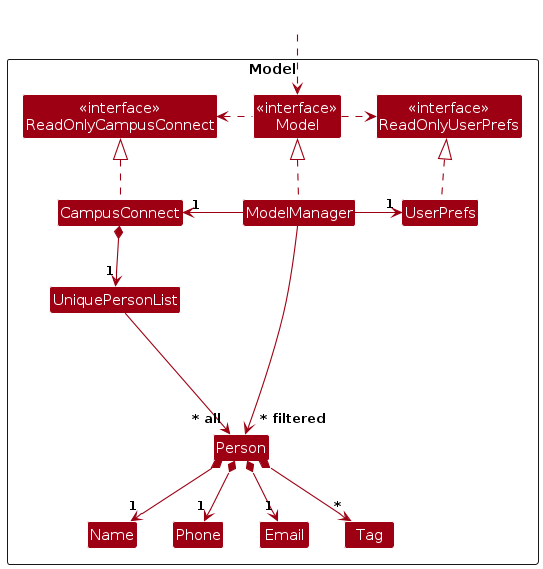
Above: diagrams/ModelClassDiagram.png in AY2425S1-CS2103T-F14a-4/tp (PlantUML), before the change. Its source is kept beside it as diagrams/ModelClassDiagram.puml.
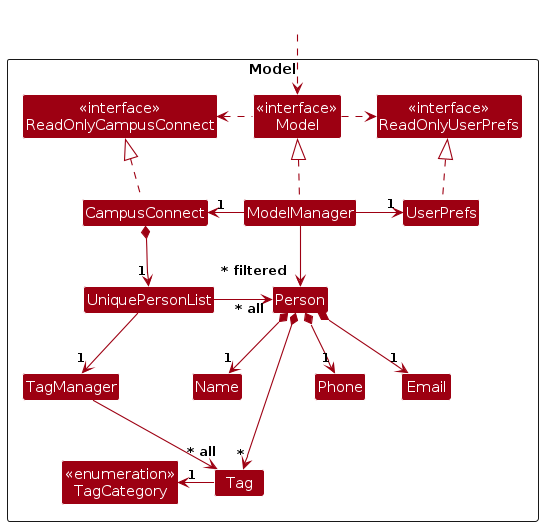
Later version of the same file.

Change to the diagram source:
```diff
@@ -18,6 +18,8 @@
 Class Name
 Class Phone
 Class Tag
+Class TagManager
+Class "<<enumeration>>\nTagCategory" as TagCategory
 
 Class I #FFFFFF
 }
@@ -35,11 +37,14 @@
 UserPrefs .up.|> ReadOnlyUserPrefs
 
 CampusConnect *--> "1" UniquePersonList
-UniquePersonList --> "~* all" Person
+UniquePersonList -left-> "~* all" Person
+UniquePersonList --> "1" TagManager
+TagManager --> "~* all" Tag
 Person *--> "1" Name
 Person *--> "1" Phone
 Person *--> "1" Email
 Person *--> "*" Tag
+Tag -left-> "1" TagCategory
 
 Person -[hidden]up--> I
 UniquePersonList -[hidden]right-> I
```
